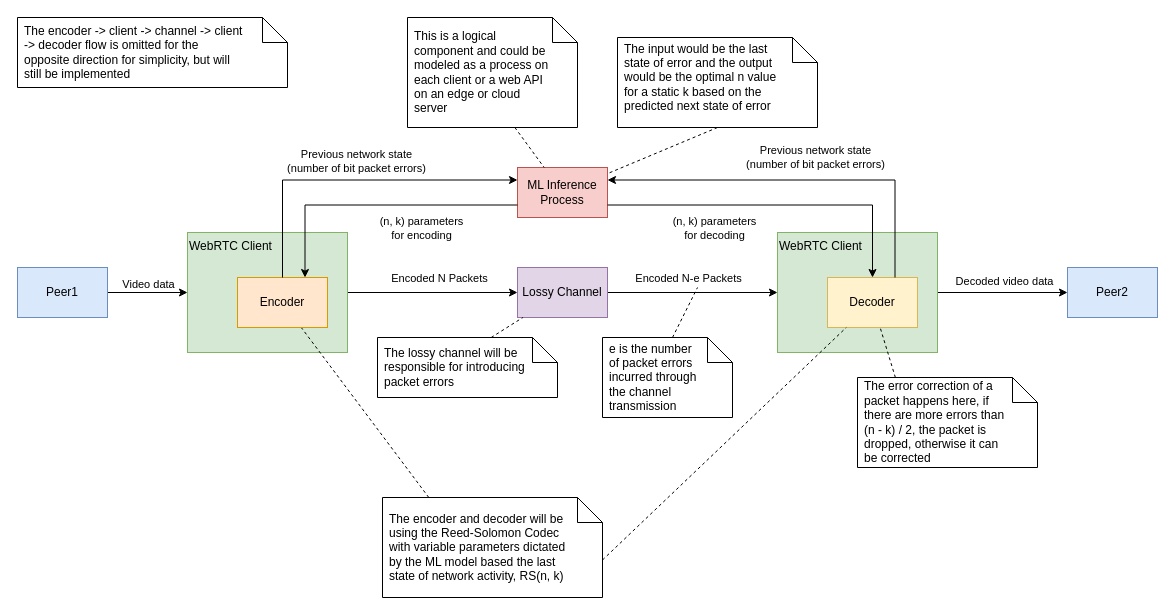
The draw.io diagram system_diagram.drawio in jason-gerard/Adaptive-FEC-WebRTC, before the edit. Source tidied: cells renumbered, new cells numbered last; positions are measured from the earlier drawing's top-left corner, leaving out a move shared by most shapes. Both pictures are drawn from the tidied source at 100%, with x=0, y=0 at pixel (17, 17).
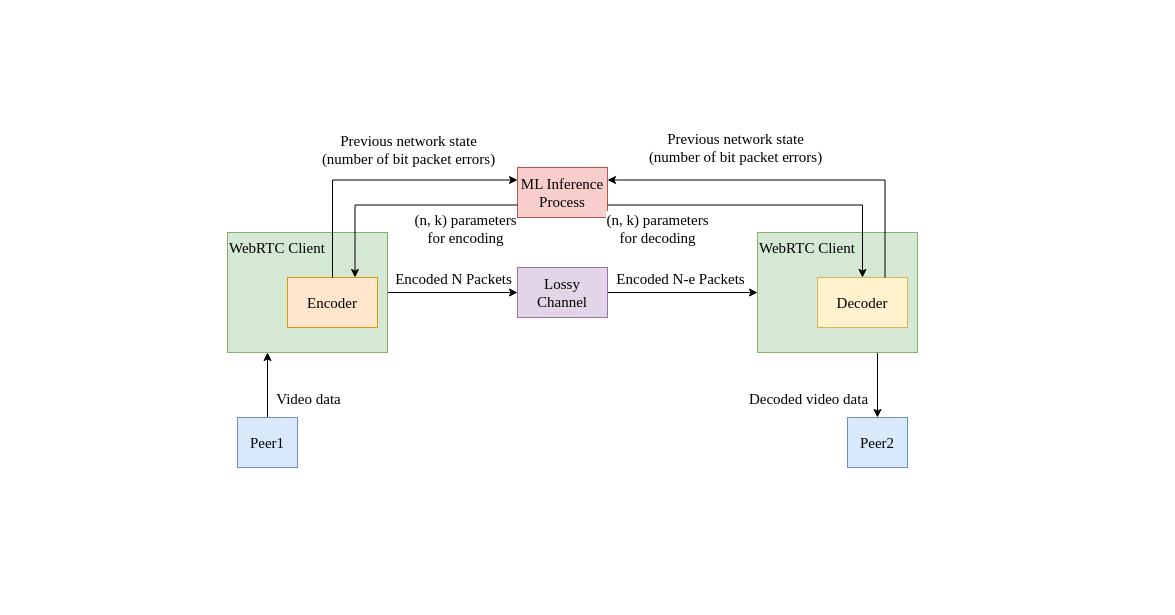
After the change.

The edit, as a diff of the source:
```diff
@@
-    <mxCell id="2" style="edgeStyle=orthogonalEdgeStyle;rounded=0;jettySize=auto;html=1;exitX=1;exitY=0.5;exitDx=0;exitDy=0;" parent="1" edge="1" source="4" target="9">
+    <mxCell id="2" style="edgeStyle=orthogonalEdgeStyle;rounded=0;jettySize=auto;html=1;exitX=0.5;exitY=0;exitDx=0;exitDy=0;fontFamily=Times New Roman;fontSize=15;entryX=0.25;entryY=1;entryDx=0;entryDy=0;" parent="1" edge="1" source="4" target="9">
       <mxGeometry relative="1" as="geometry" />
     </mxCell>
-    <mxCell id="3" value="Video data" style="edgeLabel;html=1;align=center;verticalAlign=middle;" parent="2" vertex="1">
+    <mxCell id="3" value="Video data" style="edgeLabel;html=1;align=center;verticalAlign=middle;fontFamily=Times New Roman;fontSize=15;" parent="2" vertex="1">
       <mxGeometry x="-0.52" y="-1" relative="1" as="geometry">
-        <mxPoint x="21" y="-10" as="offset" />
+        <mxPoint x="39" y="-4" as="offset" />
       </mxGeometry>
     </mxCell>
-    <mxCell id="4" value="Peer1" style="rounded=0;whiteSpace=wrap;html=1;fillColor=#dae8fc;strokeColor=#6c8ebf;" parent="1" vertex="1">
-      <mxGeometry y="250" width="90" height="50" as="geometry" />
+    <mxCell id="4" value="Peer1" style="rounded=0;whiteSpace=wrap;html=1;fillColor=#dae8fc;strokeColor=#6c8ebf;fontFamily=Times New Roman;fontSize=15;" parent="1" vertex="1">
+      <mxGeometry x="220" y="400" width="60" height="50" as="geometry" />
     </mxCell>
-    <mxCell id="5" value="Peer2" style="rounded=0;whiteSpace=wrap;html=1;fillColor=#dae8fc;strokeColor=#6c8ebf;" parent="1" vertex="1">
-      <mxGeometry x="1050" y="250" width="90" height="50" as="geometry" />
-    </mxCell>
-    <mxCell id="6" value="ML Inference Process" style="rounded=0;whiteSpace=wrap;html=1;fillColor=#f8cecc;strokeColor=#b85450;" parent="1" vertex="1">
+    <mxCell id="6" value="ML Inference Process" style="rounded=0;whiteSpace=wrap;html=1;fillColor=#f8cecc;strokeColor=#b85450;fontFamily=Times New Roman;fontSize=15;" parent="1" vertex="1">
       <mxGeometry x="500" y="150" width="90" height="50" as="geometry" />
     </mxCell>
-    <mxCell id="7" style="edgeStyle=orthogonalEdgeStyle;rounded=0;jettySize=auto;html=1;exitX=1;exitY=0.5;exitDx=0;exitDy=0;entryX=0;entryY=0.5;entryDx=0;entryDy=0;" parent="1" edge="1" source="9" target="12">
+    <mxCell id="7" style="edgeStyle=orthogonalEdgeStyle;rounded=0;jettySize=auto;html=1;exitX=1;exitY=0.5;exitDx=0;exitDy=0;entryX=0;entryY=0.5;entryDx=0;entryDy=0;fontFamily=Times New Roman;fontSize=15;" parent="1" edge="1" source="9" target="12">
       <mxGeometry relative="1" as="geometry" />
     </mxCell>
-    <mxCell id="8" value="Encoded N Packets" style="edgeLabel;html=1;align=center;verticalAlign=middle;" parent="7" vertex="1">
+    <mxCell id="8" value="Encoded N Packets" style="edgeLabel;html=1;align=center;verticalAlign=middle;fontFamily=Times New Roman;fontSize=15;" parent="7" vertex="1">
       <mxGeometry x="-0.18" y="-2" relative="1" as="geometry">
-        <mxPoint x="21" y="-17" as="offset" />
+        <mxPoint x="12" y="-17" as="offset" />
       </mxGeometry>
     </mxCell>
-    <mxCell id="9" value="WebRTC Client" style="rounded=0;whiteSpace=wrap;html=1;verticalAlign=top;align=left;fillColor=#d5e8d4;strokeColor=#82b366;" parent="1" vertex="1">
-      <mxGeometry x="170" y="215" width="160" height="120" as="geometry" />
+    <mxCell id="9" value="WebRTC Client" style="rounded=0;whiteSpace=wrap;html=1;verticalAlign=top;align=left;fillColor=#d5e8d4;strokeColor=#82b366;fontFamily=Times New Roman;fontSize=15;" parent="1" vertex="1">
+      <mxGeometry x="210" y="215" width="160" height="120" as="geometry" />
     </mxCell>
-    <mxCell id="10" style="edgeStyle=orthogonalEdgeStyle;rounded=0;jettySize=auto;html=1;exitX=1;exitY=0.5;exitDx=0;exitDy=0;entryX=0;entryY=0.5;entryDx=0;entryDy=0;" parent="1" edge="1" source="12" target="36">
+    <mxCell id="10" style="edgeStyle=orthogonalEdgeStyle;rounded=0;jettySize=auto;html=1;exitX=1;exitY=0.5;exitDx=0;exitDy=0;entryX=0;entryY=0.5;entryDx=0;entryDy=0;fontFamily=Times New Roman;fontSize=15;" parent="1" edge="1" source="12" target="36">
       <mxGeometry relative="1" as="geometry" />
     </mxCell>
-    <mxCell id="11" value="Encoded N-e Packets" style="edgeLabel;html=1;align=center;verticalAlign=middle;" parent="10" vertex="1">
+    <mxCell id="11" value="Encoded N-e Packets" style="edgeLabel;html=1;align=center;verticalAlign=middle;fontFamily=Times New Roman;fontSize=15;" parent="10" vertex="1">
       <mxGeometry x="-0.19" y="2" relative="1" as="geometry">
         <mxPoint x="11" y="-13" as="offset" />
       </mxGeometry>
     </mxCell>
-    <mxCell id="12" value="Lossy Channel" style="rounded=0;whiteSpace=wrap;html=1;fillColor=#e1d5e7;strokeColor=#9673a6;" parent="1" vertex="1">
+    <mxCell id="12" value="Lossy Channel" style="rounded=0;whiteSpace=wrap;html=1;fillColor=#e1d5e7;strokeColor=#9673a6;fontFamily=Times New Roman;fontSize=15;" parent="1" vertex="1">
       <mxGeometry x="500" y="250" width="90" height="50" as="geometry" />
     </mxCell>
-    <mxCell id="13" style="edgeStyle=orthogonalEdgeStyle;rounded=0;jettySize=auto;html=1;exitX=1;exitY=0.5;exitDx=0;exitDy=0;entryX=0;entryY=0.5;entryDx=0;entryDy=0;" parent="1" edge="1" source="36" target="5">
+    <mxCell id="13" style="edgeStyle=orthogonalEdgeStyle;rounded=0;jettySize=auto;html=1;exitX=0.75;exitY=1;exitDx=0;exitDy=0;entryX=0.5;entryY=0;entryDx=0;entryDy=0;fontFamily=Times New Roman;fontSize=15;" parent="1" edge="1" source="36" target="5">
       <mxGeometry relative="1" as="geometry" />
     </mxCell>
-    <mxCell id="14" value="Decoded video data" style="edgeLabel;html=1;align=center;verticalAlign=middle;" parent="13" vertex="1">
+    <mxCell id="14" value="Decoded video data" style="edgeLabel;html=1;align=center;verticalAlign=middle;fontFamily=Times New Roman;fontSize=15;" parent="13" vertex="1">
       <mxGeometry x="-0.58" y="2" relative="1" as="geometry">
-        <mxPoint x="39" y="-10" as="offset" />
+        <mxPoint x="-72" y="31" as="offset" />
       </mxGeometry>
     </mxCell>
-    <mxCell id="15" style="shape=note2;boundedLbl=1;whiteSpace=wrap;html=1;size=25;verticalAlign=top;align=left;spacingLeft=5;" parent="1" vertex="1">
-      <mxGeometry x="360" y="320" width="180" height="60" as="geometry" />
-    </mxCell>
-    <mxCell id="16" value="The lossy channel will be responsible for introducing packet errors" style="strokeColor=none;fillColor=none;align=left;spacingLeft=5;html=1;whiteSpace=wrap;" parent="15" vertex="1">
-      <mxGeometry width="151.58" height="60" relative="1" as="geometry" />
-    </mxCell>
-    <mxCell id="17" style="rounded=0;jettySize=auto;html=1;exitX=0.75;exitY=0;exitDx=0;exitDy=0;endArrow=none;endFill=0;dashed=1;" parent="1" edge="1" source="16" target="12">
-      <mxGeometry relative="1" as="geometry" />
-    </mxCell>
-    <mxCell id="18" style="shape=note2;boundedLbl=1;whiteSpace=wrap;html=1;size=25;verticalAlign=top;align=left;spacingLeft=5;" parent="1" vertex="1">
-      <mxGeometry x="365" y="480" width="220" height="100" as="geometry" />
-    </mxCell>
-    <mxCell id="19" value="The encoder and decoder will be using the Reed-Solomon Codec with variable parameters dictated by the ML model based the last state of network activity, RS(n, k)" style="strokeColor=none;fillColor=none;align=left;spacingLeft=5;html=1;whiteSpace=wrap;" parent="18" vertex="1">
-      <mxGeometry width="185.26" height="100" relative="1" as="geometry" />
-    </mxCell>
-    <mxCell id="20" style="rounded=0;jettySize=auto;html=1;exitX=0.25;exitY=0;exitDx=0;exitDy=0;dashed=1;endArrow=none;endFill=0;" parent="1" edge="1" source="19" target="31">
-      <mxGeometry relative="1" as="geometry" />
-    </mxCell>
-    <mxCell id="21" style="shape=note2;boundedLbl=1;whiteSpace=wrap;html=1;size=25;verticalAlign=top;align=left;spacingLeft=5;" parent="1" vertex="1">
-      <mxGeometry x="390" width="170" height="110" as="geometry" />
-    </mxCell>
-    <mxCell id="22" value="This is a logical component and could be modeled as a process on each client or a web API on an edge or cloud server" style="strokeColor=none;fillColor=none;align=left;spacingLeft=5;html=1;whiteSpace=wrap;" parent="21" vertex="1">
-      <mxGeometry width="143.16" height="110" relative="1" as="geometry" />
-    </mxCell>
-    <mxCell id="23" style="rounded=0;jettySize=auto;html=1;dashed=1;endArrow=none;endFill=0;exitX=0.75;exitY=1;exitDx=0;exitDy=0;" parent="1" edge="1" source="22" target="6">
-      <mxGeometry relative="1" as="geometry" />
-    </mxCell>
-    <mxCell id="24" style="shape=note2;boundedLbl=1;whiteSpace=wrap;html=1;size=25;verticalAlign=top;align=left;spacingLeft=5;" parent="1" vertex="1">
-      <mxGeometry x="840" y="360" width="180" height="90" as="geometry" />
-    </mxCell>
-    <mxCell id="25" value="The error correction of a packet happens here, if there are more errors than (n - k) / 2, the packet is dropped, otherwise it can be corrected" style="strokeColor=none;fillColor=none;align=left;spacingLeft=5;html=1;whiteSpace=wrap;" parent="24" vertex="1">
-      <mxGeometry width="151.58" height="90" relative="1" as="geometry" />
-    </mxCell>
-    <mxCell id="26" style="shape=note2;boundedLbl=1;whiteSpace=wrap;html=1;size=25;verticalAlign=top;align=left;spacingLeft=5;" parent="1" vertex="1">
-      <mxGeometry width="270" height="70" as="geometry" />
-    </mxCell>
-    <mxCell id="27" value="The encoder -&amp;gt; client -&amp;gt; channel -&amp;gt; client -&amp;gt; decoder flow is omitted for the opposite direction for simplicity, but will still be implemented" style="strokeColor=none;fillColor=none;align=left;spacingLeft=5;html=1;whiteSpace=wrap;" parent="26" vertex="1">
-      <mxGeometry width="227.36" height="70" relative="1" as="geometry" />
-    </mxCell>
-    <mxCell id="28" style="shape=note2;boundedLbl=1;whiteSpace=wrap;html=1;size=25;verticalAlign=top;align=left;spacingLeft=5;" parent="1" vertex="1">
-      <mxGeometry x="600" y="20" width="200" height="90" as="geometry" />
-    </mxCell>
-    <mxCell id="29" value="The input would be the last state of error and the output would be the optimal n value for a static k based on the predicted next state of error" style="strokeColor=none;fillColor=none;align=left;spacingLeft=5;html=1;whiteSpace=wrap;" parent="28" vertex="1">
-      <mxGeometry width="168.42" height="80" relative="1" as="geometry" />
-    </mxCell>
-    <mxCell id="30" style="rounded=0;jettySize=auto;html=1;dashed=1;endArrow=none;endFill=0;exitX=0.5;exitY=1;exitDx=0;exitDy=0;exitPerimeter=0;" parent="1" edge="1" source="28" target="6">
-      <mxGeometry relative="1" as="geometry" />
-    </mxCell>
-    <mxCell id="31" value="Encoder" style="rounded=0;whiteSpace=wrap;html=1;fillColor=#ffe6cc;strokeColor=#d79b00;" parent="1" vertex="1">
-      <mxGeometry x="220" y="260" width="90" height="50" as="geometry" />
+    <mxCell id="31" value="Encoder" style="rounded=0;whiteSpace=wrap;html=1;fillColor=#ffe6cc;strokeColor=#d79b00;fontFamily=Times New Roman;fontSize=15;" parent="1" vertex="1">
+      <mxGeometry x="270" y="260" width="90" height="50" as="geometry" />
     </mxCell>
-    <mxCell id="32" style="edgeStyle=orthogonalEdgeStyle;rounded=0;jettySize=auto;html=1;entryX=0;entryY=0.25;entryDx=0;entryDy=0;exitX=0.5;exitY=0;exitDx=0;exitDy=0;" parent="1" edge="1" source="31" target="6">
+    <mxCell id="32" style="edgeStyle=orthogonalEdgeStyle;rounded=0;jettySize=auto;html=1;entryX=0;entryY=0.25;entryDx=0;entryDy=0;exitX=0.5;exitY=0;exitDx=0;exitDy=0;fontFamily=Times New Roman;fontSize=15;" parent="1" edge="1" source="31" target="6">
       <mxGeometry relative="1" as="geometry" />
     </mxCell>
-    <mxCell id="33" value="Previous network state&lt;br&gt;(number of bit packet errors)" style="edgeLabel;html=1;align=center;verticalAlign=middle;" parent="32" vertex="1">
+    <mxCell id="33" value="Previous network state&lt;br style=&quot;font-size: 15px;&quot;&gt;(number of bit packet errors)" style="edgeLabel;html=1;align=center;verticalAlign=middle;fontFamily=Times New Roman;fontSize=15;" parent="32" vertex="1">
       <mxGeometry x="-0.42" y="2" relative="1" as="geometry">
-        <mxPoint x="75" y="-21" as="offset" />
+        <mxPoint x="77" y="-47" as="offset" />
       </mxGeometry>
     </mxCell>
-    <mxCell id="34" style="edgeStyle=orthogonalEdgeStyle;rounded=0;jettySize=auto;html=1;exitX=0;exitY=0.75;exitDx=0;exitDy=0;entryX=0.75;entryY=0;entryDx=0;entryDy=0;" parent="1" edge="1" source="6" target="31">
-      <mxGeometry relative="1" as="geometry" />
-    </mxCell>
-    <mxCell id="35" value="(n, k) parameters&lt;br&gt;for encoding" style="edgeLabel;html=1;align=center;verticalAlign=middle;" parent="34" vertex="1">
-      <mxGeometry x="0.3" y="-3" relative="1" as="geometry">
-        <mxPoint x="88" y="26" as="offset" />
-      </mxGeometry>
-    </mxCell>
-    <mxCell id="36" value="WebRTC Client" style="rounded=0;whiteSpace=wrap;html=1;verticalAlign=top;align=left;fillColor=#d5e8d4;strokeColor=#82b366;" parent="1" vertex="1">
-      <mxGeometry x="760" y="215" width="160" height="120" as="geometry" />
+    <mxCell id="36" value="WebRTC Client" style="rounded=0;whiteSpace=wrap;html=1;verticalAlign=top;align=left;fillColor=#d5e8d4;strokeColor=#82b366;fontFamily=Times New Roman;fontSize=15;" parent="1" vertex="1">
+      <mxGeometry x="740" y="215" width="160" height="120" as="geometry" />
     </mxCell>
-    <mxCell id="37" value="Decoder" style="rounded=0;whiteSpace=wrap;html=1;fillColor=#fff2cc;strokeColor=#d6b656;" parent="1" vertex="1">
-      <mxGeometry x="810" y="260" width="90" height="50" as="geometry" />
+    <mxCell id="37" value="Decoder" style="rounded=0;whiteSpace=wrap;html=1;fillColor=#fff2cc;strokeColor=#d6b656;fontFamily=Times New Roman;fontSize=15;" parent="1" vertex="1">
+      <mxGeometry x="800" y="260" width="90" height="50" as="geometry" />
     </mxCell>
-    <mxCell id="38" style="edgeStyle=orthogonalEdgeStyle;rounded=0;jettySize=auto;html=1;exitX=1;exitY=0.75;exitDx=0;exitDy=0;entryX=0.5;entryY=0;entryDx=0;entryDy=0;" parent="1" edge="1" source="6" target="37">
+    <mxCell id="38" style="edgeStyle=orthogonalEdgeStyle;rounded=0;jettySize=auto;html=1;exitX=1;exitY=0.75;exitDx=0;exitDy=0;entryX=0.5;entryY=0;entryDx=0;entryDy=0;fontFamily=Times New Roman;fontSize=15;" parent="1" edge="1" source="6" target="37">
       <mxGeometry relative="1" as="geometry" />
     </mxCell>
-    <mxCell id="39" value="(n, k) parameters&lt;br style=&quot;border-color: var(--border-color);&quot;&gt;for decoding" style="edgeLabel;html=1;align=center;verticalAlign=middle;" parent="38" vertex="1">
+    <mxCell id="39" value="(n, k) parameters&lt;br style=&quot;border-color: var(--border-color); font-size: 15px;&quot;&gt;for decoding" style="edgeLabel;html=1;align=center;verticalAlign=middle;fontFamily=Times New Roman;fontSize=15;" parent="38" vertex="1">
       <mxGeometry x="0.15" y="-1" relative="1" as="geometry">
-        <mxPoint x="-88" y="22" as="offset" />
+        <mxPoint x="-139" y="22" as="offset" />
       </mxGeometry>
     </mxCell>
-    <mxCell id="40" style="edgeStyle=orthogonalEdgeStyle;rounded=0;jettySize=auto;html=1;exitX=0.75;exitY=0;exitDx=0;exitDy=0;entryX=1;entryY=0.25;entryDx=0;entryDy=0;" parent="1" edge="1" source="37" target="6">
+    <mxCell id="40" style="edgeStyle=orthogonalEdgeStyle;rounded=0;jettySize=auto;html=1;exitX=0.75;exitY=0;exitDx=0;exitDy=0;entryX=1;entryY=0.25;entryDx=0;entryDy=0;fontFamily=Times New Roman;fontSize=15;" parent="1" edge="1" source="37" target="6">
       <mxGeometry relative="1" as="geometry" />
     </mxCell>
-    <mxCell id="41" value="Previous network state&lt;br style=&quot;border-color: var(--border-color);&quot;&gt;(number of bit packet errors)" style="edgeLabel;html=1;align=center;verticalAlign=middle;" parent="40" vertex="1">
+    <mxCell id="41" value="Previous network state&lt;br style=&quot;border-color: var(--border-color); font-size: 15px;&quot;&gt;(number of bit packet errors)" style="edgeLabel;html=1;align=center;verticalAlign=middle;fontFamily=Times New Roman;fontSize=15;" parent="40" vertex="1">
       <mxGeometry x="0.2" relative="1" as="geometry">
-        <mxPoint x="53" y="-23" as="offset" />
+        <mxPoint x="-23" y="-33" as="offset" />
       </mxGeometry>
     </mxCell>
-    <mxCell id="42" style="rounded=0;jettySize=auto;html=1;exitX=0;exitY=0;exitDx=220;exitDy=62.5;exitPerimeter=0;endArrow=none;endFill=0;dashed=1;" parent="1" edge="1" source="18" target="37">
-      <mxGeometry relative="1" as="geometry" />
-    </mxCell>
-    <mxCell id="43" style="rounded=0;jettySize=auto;html=1;exitX=0.25;exitY=0;exitDx=0;exitDy=0;dashed=1;endArrow=none;endFill=0;" parent="1" edge="1" source="25" target="37">
-      <mxGeometry relative="1" as="geometry" />
-    </mxCell>
-    <mxCell id="44" style="rounded=0;jettySize=auto;html=1;exitX=0;exitY=0;exitDx=70;exitDy=0;exitPerimeter=0;endArrow=none;endFill=0;dashed=1;" parent="1" edge="1" source="45">
-      <mxGeometry relative="1" as="geometry">
-        <mxPoint x="680" y="270" as="targetPoint" />
-      </mxGeometry>
-    </mxCell>
-    <mxCell id="45" style="shape=note2;boundedLbl=1;whiteSpace=wrap;html=1;size=25;verticalAlign=top;align=left;spacingLeft=5;" parent="1" vertex="1">
-      <mxGeometry x="585" y="320" width="130" height="80" as="geometry" />
-    </mxCell>
-    <mxCell id="46" value="e is the number of packet errors incurred through the channel transmission" style="strokeColor=none;fillColor=none;align=left;spacingLeft=5;html=1;whiteSpace=wrap;" parent="45" vertex="1">
-      <mxGeometry width="94.55" height="60" relative="1" as="geometry">
-        <mxPoint y="10" as="offset" />
-      </mxGeometry>
-    </mxCell>
+    <mxCell id="5" value="Peer2" style="rounded=0;whiteSpace=wrap;html=1;fillColor=#dae8fc;strokeColor=#6c8ebf;fontFamily=Times New Roman;fontSize=15;" parent="1" vertex="1">
+      <mxGeometry x="830" y="400" width="60" height="50" as="geometry" />
+    </mxCell>
+    <mxCell id="34" style="edgeStyle=orthogonalEdgeStyle;rounded=0;jettySize=auto;html=1;exitX=0;exitY=0.75;exitDx=0;exitDy=0;entryX=0.75;entryY=0;entryDx=0;entryDy=0;fontFamily=Times New Roman;fontSize=15;" parent="1" edge="1" source="6" target="31">
+      <mxGeometry relative="1" as="geometry" />
+    </mxCell>
+    <mxCell id="35" value="(n, k) parameters&lt;br style=&quot;border-color: var(--border-color); font-size: 15px;&quot;&gt;&lt;span style=&quot;font-size: 15px;&quot;&gt;for encoding&lt;/span&gt;" style="edgeLabel;html=1;align=center;verticalAlign=middle;fontFamily=Times New Roman;fontSize=15;" parent="34" vertex="1">
+      <mxGeometry x="-0.55" y="1" relative="1" as="geometry">
+        <mxPoint y="22" as="offset" />
+      </mxGeometry>
+    </mxCell>
```
